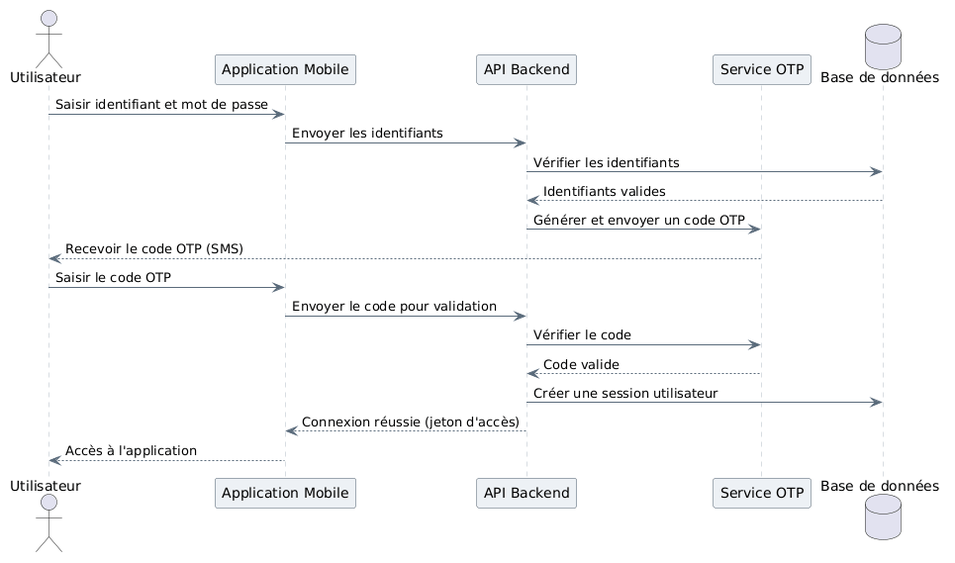
Above: Diagrammes/Diagrammes de Séquence/Authentifier ou Se connecter avec OTP.png in kwismo-support/Kwismo (PlantUML), before the change.
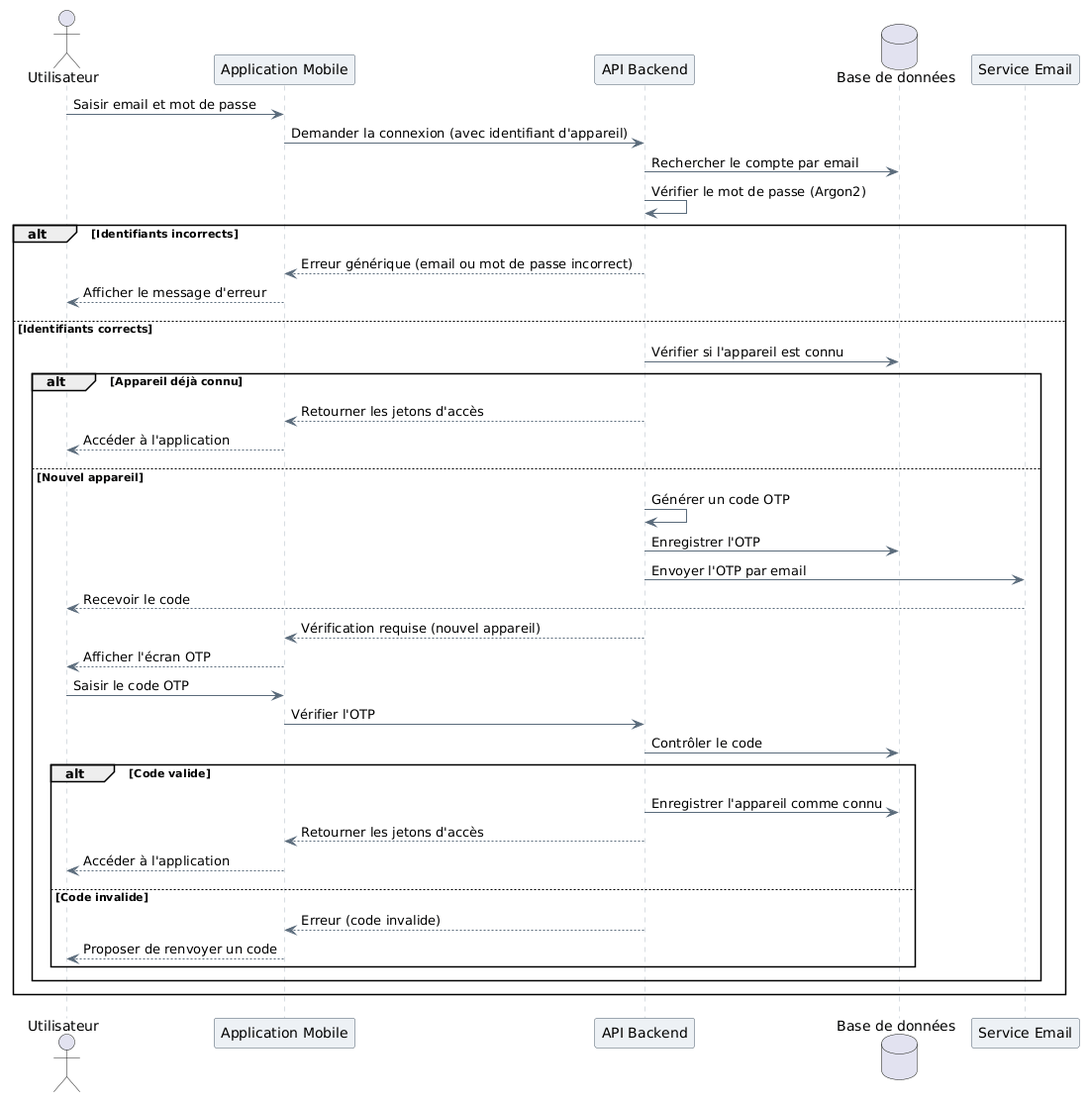
The same diagram one commit later.

The edit, as a diff of the source:
```diff
@@ -10,20 +10,43 @@
 actor Utilisateur
 participant "Application Mobile" as App
 participant "API Backend" as API
-participant "Service OTP" as OTP
 database "Base de données" as BD
+participant "Service Email" as Mail
 
-Utilisateur -> App : Saisir identifiant et mot de passe
-App -> API : Envoyer les identifiants
-API -> BD : Vérifier les identifiants
-BD --> API : Identifiants valides
-API -> OTP : Générer et envoyer un code OTP
-OTP --> Utilisateur : Recevoir le code OTP (SMS)
-Utilisateur -> App : Saisir le code OTP
-App -> API : Envoyer le code pour validation
-API -> OTP : Vérifier le code
-OTP --> API : Code valide
-API -> BD : Créer une session utilisateur
-API --> App : Connexion réussie (jeton d'accès)
-App --> Utilisateur : Accès à l'application
+Utilisateur -> App : Saisir email et mot de passe
+App -> API : Demander la connexion (avec identifiant d'appareil)
+API -> BD : Rechercher le compte par email
+API -> API : Vérifier le mot de passe (Argon2)
+
+alt Identifiants incorrects
+  API --> App : Erreur générique (email ou mot de passe incorrect)
+  App --> Utilisateur : Afficher le message d'erreur
+else Identifiants corrects
+  API -> BD : Vérifier si l'appareil est connu
+
+  alt Appareil déjà connu
+    API --> App : Retourner les jetons d'accès
+    App --> Utilisateur : Accéder à l'application
+  else Nouvel appareil
+    API -> API : Générer un code OTP
+    API -> BD : Enregistrer l'OTP
+    API -> Mail : Envoyer l'OTP par email
+    Mail --> Utilisateur : Recevoir le code
+    API --> App : Vérification requise (nouvel appareil)
+    App --> Utilisateur : Afficher l'écran OTP
+
+    Utilisateur -> App : Saisir le code OTP
+    App -> API : Vérifier l'OTP
+    API -> BD : Contrôler le code
+
+    alt Code valide
+      API -> BD : Enregistrer l'appareil comme connu
+      API --> App : Retourner les jetons d'accès
+      App --> Utilisateur : Accéder à l'application
+    else Code invalide
+      API --> App : Erreur (code invalide)
+      App --> Utilisateur : Proposer de renvoyer un code
+    end
+  end
+end
 @enduml
```
